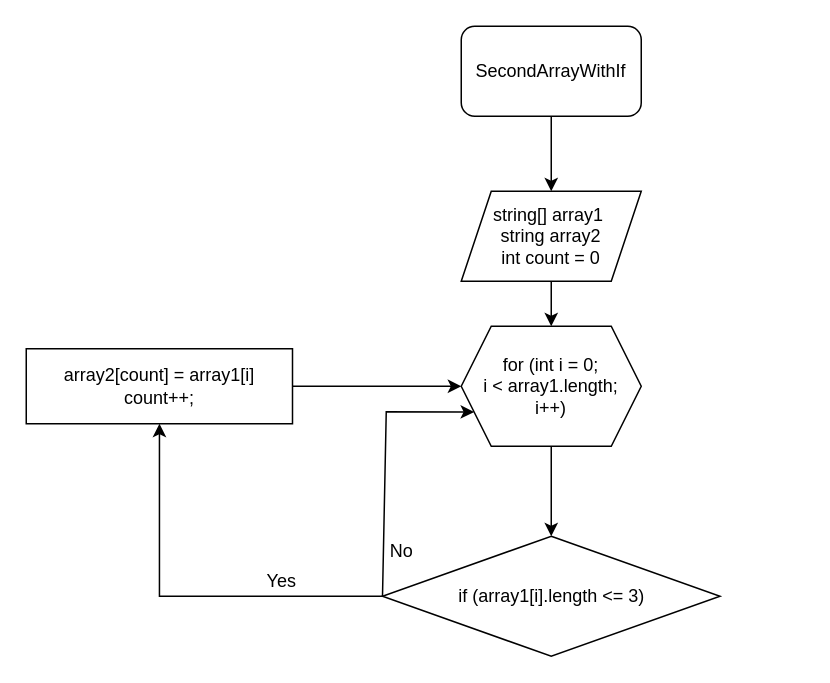
Earlier version of the draw.io diagram Graph/ForMainMetod.drawio (grekovav/Task_Final). Source tidied: cells renumbered, new cells numbered last; positions are measured from the earlier drawing's top-left corner, leaving out a move shared by most shapes. Both pictures are drawn from the tidied source at 150%, with x=0, y=0 at pixel (26, 26).
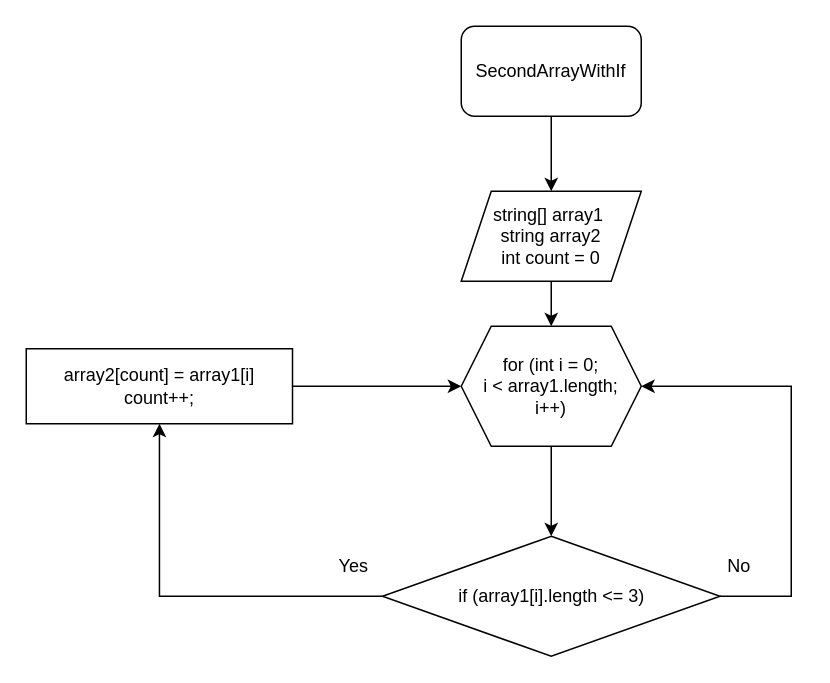
The same diagram, later.

Change to the diagram source:
```diff
@@
 <mxGraphModel>
   <root>
     <mxCell id="0" />
     <mxCell id="1" parent="0" />
     <mxCell id="2" style="edgeStyle=orthogonalEdgeStyle;rounded=0;jettySize=auto;html=1;" parent="1" edge="1" source="3" target="5">
       <mxGeometry relative="1" as="geometry" />
     </mxCell>
     <mxCell id="3" value="SecondArrayWithIf" style="rounded=1;whiteSpace=wrap;html=1;" parent="1" vertex="1">
       <mxGeometry x="290" width="120" height="60" as="geometry" />
     </mxCell>
     <mxCell id="4" style="edgeStyle=orthogonalEdgeStyle;rounded=0;jettySize=auto;html=1;" parent="1" edge="1" source="5" target="7">
       <mxGeometry relative="1" as="geometry" />
     </mxCell>
     <mxCell id="5" value="string[] array1&amp;nbsp;&lt;br&gt;string array2&lt;br&gt;int count = 0" style="shape=parallelogram;perimeter=parallelogramPerimeter;whiteSpace=wrap;html=1;fixedSize=1;" parent="1" vertex="1">
       <mxGeometry x="290" y="110" width="120" height="60" as="geometry" />
     </mxCell>
     <mxCell id="6" style="edgeStyle=orthogonalEdgeStyle;rounded=0;jettySize=auto;html=1;" parent="1" edge="1" source="7" target="9">
       <mxGeometry relative="1" as="geometry" />
     </mxCell>
     <mxCell id="7" value="for (int i = 0;&lt;br&gt;i &amp;lt; array1.length;&lt;br&gt;i++)" style="shape=hexagon;perimeter=hexagonPerimeter2;whiteSpace=wrap;html=1;fixedSize=1;" parent="1" vertex="1">
       <mxGeometry x="290" y="200" width="120" height="80" as="geometry" />
     </mxCell>
     <mxCell id="8" style="edgeStyle=orthogonalEdgeStyle;rounded=0;jettySize=auto;html=1;" parent="1" edge="1" source="9" target="11">
       <mxGeometry relative="1" as="geometry" />
     </mxCell>
     <mxCell id="9" value="if (array1[i].length &amp;lt;= 3)" style="rhombus;whiteSpace=wrap;html=1;" parent="1" vertex="1">
       <mxGeometry x="237.5" y="340" width="225" height="80" as="geometry" />
     </mxCell>
     <mxCell id="10" style="edgeStyle=orthogonalEdgeStyle;rounded=0;jettySize=auto;html=1;" parent="1" edge="1" source="11" target="7">
       <mxGeometry relative="1" as="geometry" />
     </mxCell>
     <mxCell id="11" value="array2[count] = array1[i]&lt;br&gt;count++;" style="whiteSpace=wrap;html=1;" parent="1" vertex="1">
       <mxGeometry y="215" width="177.5" height="50" as="geometry" />
     </mxCell>
-    <mxCell id="12" style="endArrow=classic;html=1;rounded=0;exitX=0;exitY=0.5;exitDx=0;exitDy=0;entryX=0;entryY=0.75;entryDx=0;entryDy=0;" parent="1" edge="1" source="9" target="7">
+    <mxCell id="12" style="endArrow=classic;html=1;rounded=0;exitX=1;exitY=0.5;exitDx=0;exitDy=0;entryX=1;entryY=0.5;entryDx=0;entryDy=0;" parent="1" edge="1" source="9" target="7">
       <mxGeometry relative="1" as="geometry">
         <Array as="points">
-          <mxPoint x="240" y="257" />
+          <mxPoint x="510" y="380" />
+          <mxPoint x="510" y="240" />
         </Array>
       </mxGeometry>
     </mxCell>
     <mxCell id="13" value="Yes" style="text;html=1;align=center;verticalAlign=middle;strokeColor=none;fillColor=none;" parent="1" vertex="1">
-      <mxGeometry x="150" y="360" width="40" height="20" as="geometry" />
+      <mxGeometry x="197.5" y="350" width="40" height="20" as="geometry" />
     </mxCell>
     <mxCell id="14" value="No" style="text;html=1;align=center;verticalAlign=middle;strokeColor=none;fillColor=none;" parent="1" vertex="1">
-      <mxGeometry x="235" y="340" width="30" height="20" as="geometry" />
+      <mxGeometry x="460" y="350" width="30" height="20" as="geometry" />
     </mxCell>
   </root>
 </mxGraphModel>
```
